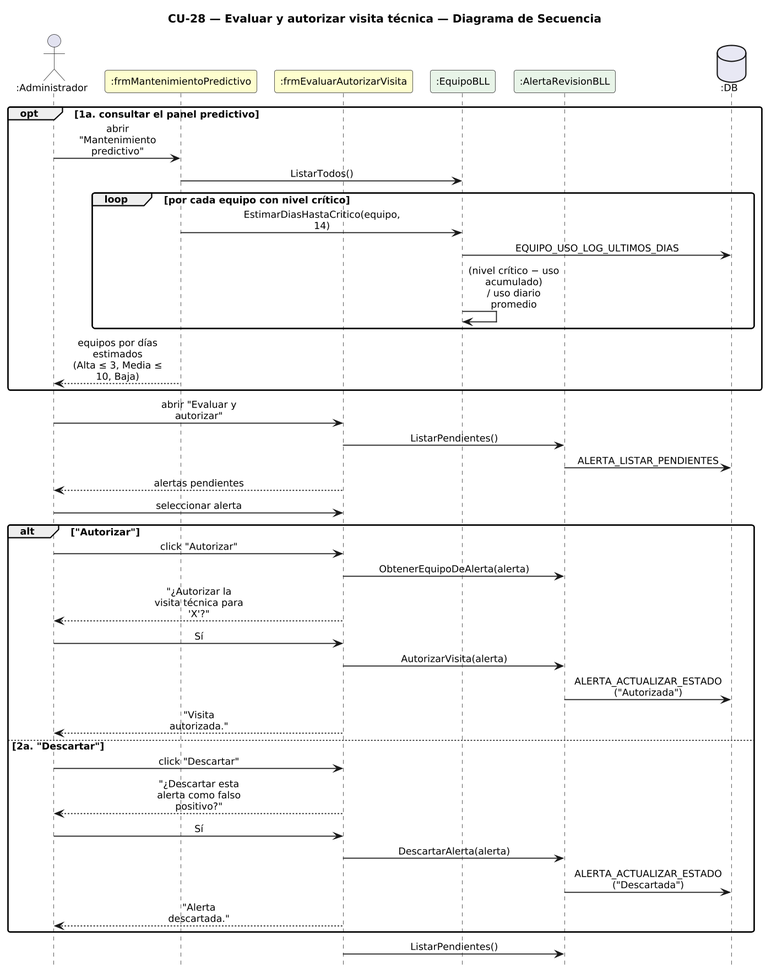
Above: DIAGRAMAS/DiagramaSecuencia_CU28_EvaluarAutorizarVisita.png in Urrels/ingenieria_software (PlantUML), before the change. Its diagram source:
```plantuml
@startuml DiagramaSecuencia_CU28_EvaluarAutorizarVisita

title CU-28 — Evaluar y autorizar visita técnica — Diagrama de Secuencia

skinparam shadowing false
skinparam roundcorner 6
skinparam sequenceArrowThickness 1.2
skinparam ParticipantPadding 6
skinparam BoxPadding 4
skinparam maxMessageSize 115
skinparam sequenceMessageAlign center
skinparam defaultFontSize 12
skinparam dpi 140
hide footbox

actor ":Administrador" as A
participant ":frmMantenimientoPredictivo" as MP #FEFECE
participant ":frmEvaluarAutorizarVisita" as F #FEFECE
participant ":EquipoBLL" as EB #E8F4E8
participant ":AlertaRevisionBLL" as AB #E8F4E8
database ":DB" as DB #E8E8F4

opt 1a. consultar el panel predictivo
  A -> MP : abrir "Mantenimiento predictivo"
  MP -> EB : ListarTodos()
  loop por cada equipo con nivel crítico
    MP -> EB : EstimarDiasHastaCritico(equipo, 14)
    EB -> DB : EQUIPO_USO_LOG_ULTIMOS_DIAS
    EB -> EB : (nivel crítico − uso acumulado)\n/ uso diario promedio
  end
  MP --> A : equipos por días estimados\n(Alta ≤ 3, Media ≤ 10, Baja)
end

A -> F : abrir "Evaluar y autorizar"
F -> AB : ListarPendientes()
AB -> DB : ALERTA_LISTAR_PENDIENTES
F --> A : alertas pendientes
A -> F : seleccionar alerta
alt "Autorizar"
  A -> F : click "Autorizar"
  F -> AB : ObtenerEquipoDeAlerta(alerta)
  F --> A : "¿Autorizar la visita técnica para 'X'?"
  A -> F : Sí
  F -> AB : AutorizarVisita(alerta)
  AB -> DB : ALERTA_ACTUALIZAR_ESTADO ("Autorizada")
  F --> A : "Visita autorizada."
else 2a. "Descartar"
  A -> F : click "Descartar"
  F --> A : "¿Descartar esta alerta como falso positivo?"
  A -> F : Sí
  F -> AB : DescartarAlerta(alerta)
  AB -> DB : ALERTA_ACTUALIZAR_ESTADO ("Descartada")
  F --> A : "Alerta descartada."
end
F -> AB : ListarPendientes()

@enduml
```
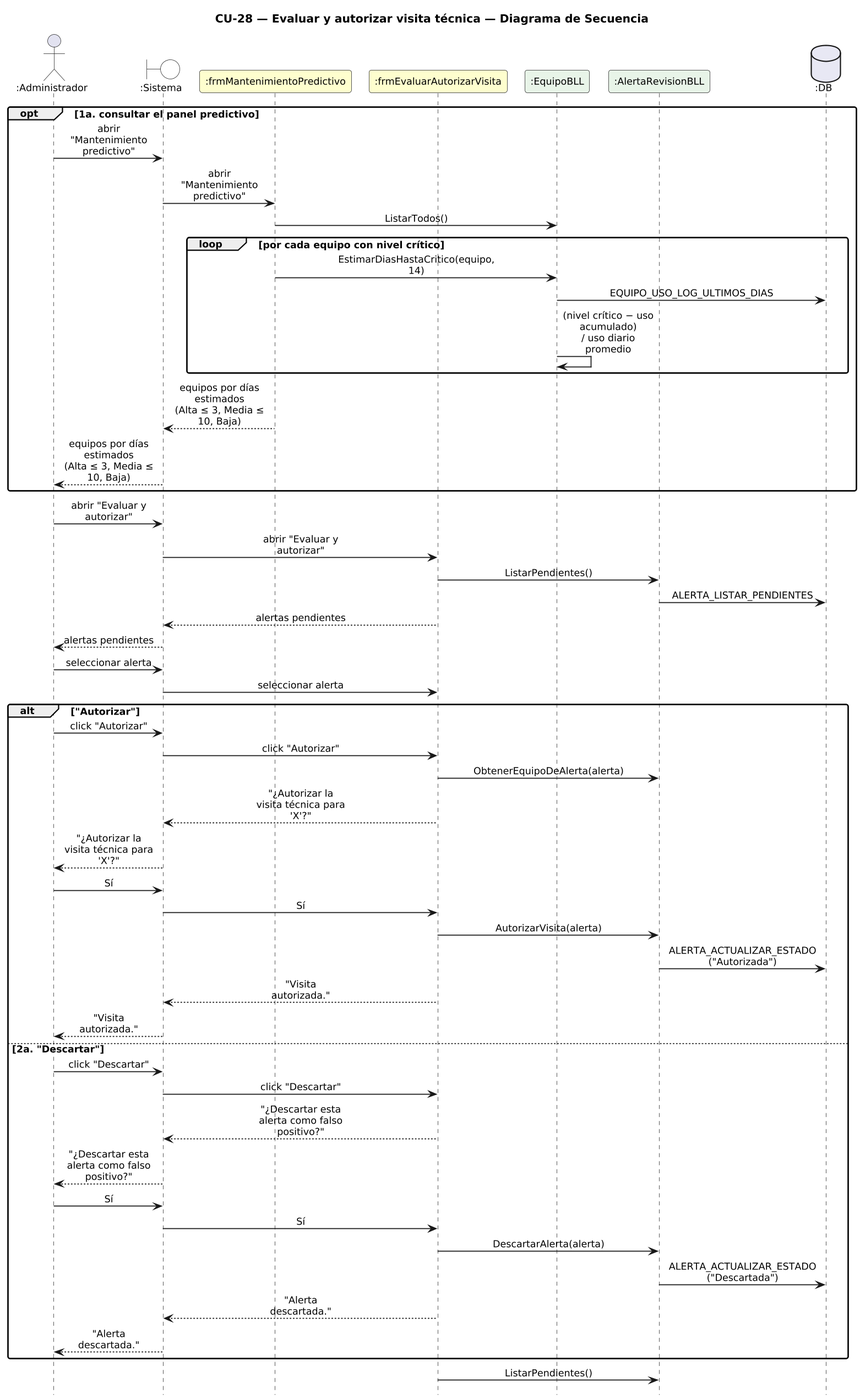
The same diagram one commit later.

Diff of the diagram source:
```diff
@@ -14,6 +14,7 @@
 hide footbox
 
 actor ":Administrador" as A
+boundary ":Sistema" as SYS #FFFFFF
 participant ":frmMantenimientoPredictivo" as MP #FEFECE
 participant ":frmEvaluarAutorizarVisita" as F #FEFECE
 participant ":EquipoBLL" as EB #E8F4E8
@@ -21,36 +22,49 @@
 database ":DB" as DB #E8E8F4
 
 opt 1a. consultar el panel predictivo
-  A -> MP : abrir "Mantenimiento predictivo"
+  A -> SYS : abrir "Mantenimiento predictivo"
+  SYS -> MP : abrir "Mantenimiento predictivo"
   MP -> EB : ListarTodos()
   loop por cada equipo con nivel crítico
     MP -> EB : EstimarDiasHastaCritico(equipo, 14)
     EB -> DB : EQUIPO_USO_LOG_ULTIMOS_DIAS
     EB -> EB : (nivel crítico − uso acumulado)\n/ uso diario promedio
   end
-  MP --> A : equipos por días estimados\n(Alta ≤ 3, Media ≤ 10, Baja)
+  MP --> SYS : equipos por días estimados\n(Alta ≤ 3, Media ≤ 10, Baja)
+  SYS --> A : equipos por días estimados\n(Alta ≤ 3, Media ≤ 10, Baja)
 end
 
-A -> F : abrir "Evaluar y autorizar"
+A -> SYS : abrir "Evaluar y autorizar"
+SYS -> F : abrir "Evaluar y autorizar"
 F -> AB : ListarPendientes()
 AB -> DB : ALERTA_LISTAR_PENDIENTES
-F --> A : alertas pendientes
-A -> F : seleccionar alerta
+F --> SYS : alertas pendientes
+SYS --> A : alertas pendientes
+A -> SYS : seleccionar alerta
+SYS -> F : seleccionar alerta
 alt "Autorizar"
-  A -> F : click "Autorizar"
+  A -> SYS : click "Autorizar"
+  SYS -> F : click "Autorizar"
   F -> AB : ObtenerEquipoDeAlerta(alerta)
-  F --> A : "¿Autorizar la visita técnica para 'X'?"
-  A -> F : Sí
+  F --> SYS : "¿Autorizar la visita técnica para 'X'?"
+  SYS --> A : "¿Autorizar la visita técnica para 'X'?"
+  A -> SYS : Sí
+  SYS -> F : Sí
   F -> AB : AutorizarVisita(alerta)
   AB -> DB : ALERTA_ACTUALIZAR_ESTADO ("Autorizada")
-  F --> A : "Visita autorizada."
+  F --> SYS : "Visita autorizada."
+  SYS --> A : "Visita autorizada."
 else 2a. "Descartar"
-  A -> F : click "Descartar"
-  F --> A : "¿Descartar esta alerta como falso positivo?"
-  A -> F : Sí
+  A -> SYS : click "Descartar"
+  SYS -> F : click "Descartar"
+  F --> SYS : "¿Descartar esta alerta como falso positivo?"
+  SYS --> A : "¿Descartar esta alerta como falso positivo?"
+  A -> SYS : Sí
+  SYS -> F : Sí
   F -> AB : DescartarAlerta(alerta)
   AB -> DB : ALERTA_ACTUALIZAR_ESTADO ("Descartada")
-  F --> A : "Alerta descartada."
+  F --> SYS : "Alerta descartada."
+  SYS --> A : "Alerta descartada."
 end
 F -> AB : ListarPendientes()
 
```
